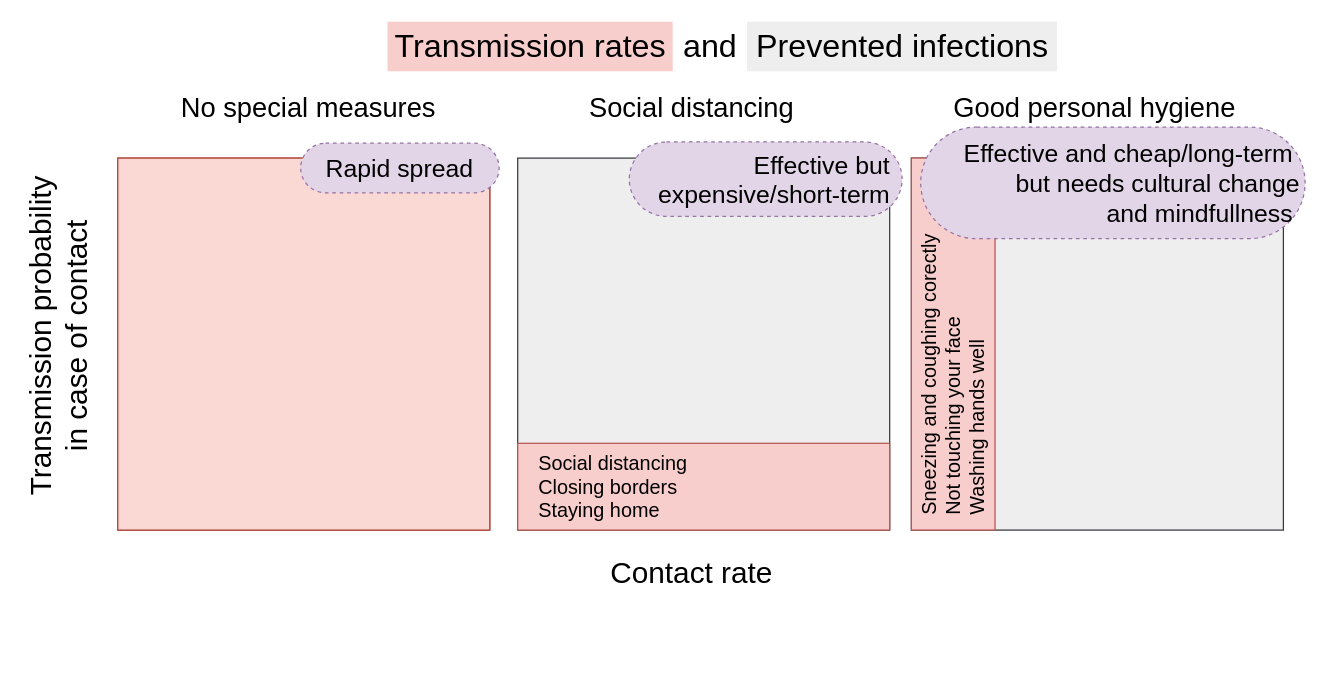
This is sneeze/measures.drawio from pesho-ivanov/pesho-ivanov.github.io, a draw.io file, before an edit. Source tidied: cells renumbered, new cells numbered last; positions are measured from the earlier drawing's top-left corner, leaving out a move shared by most shapes. Both pictures are drawn from the tidied source at 124%, with x=0, y=0 at pixel (-109, 21).
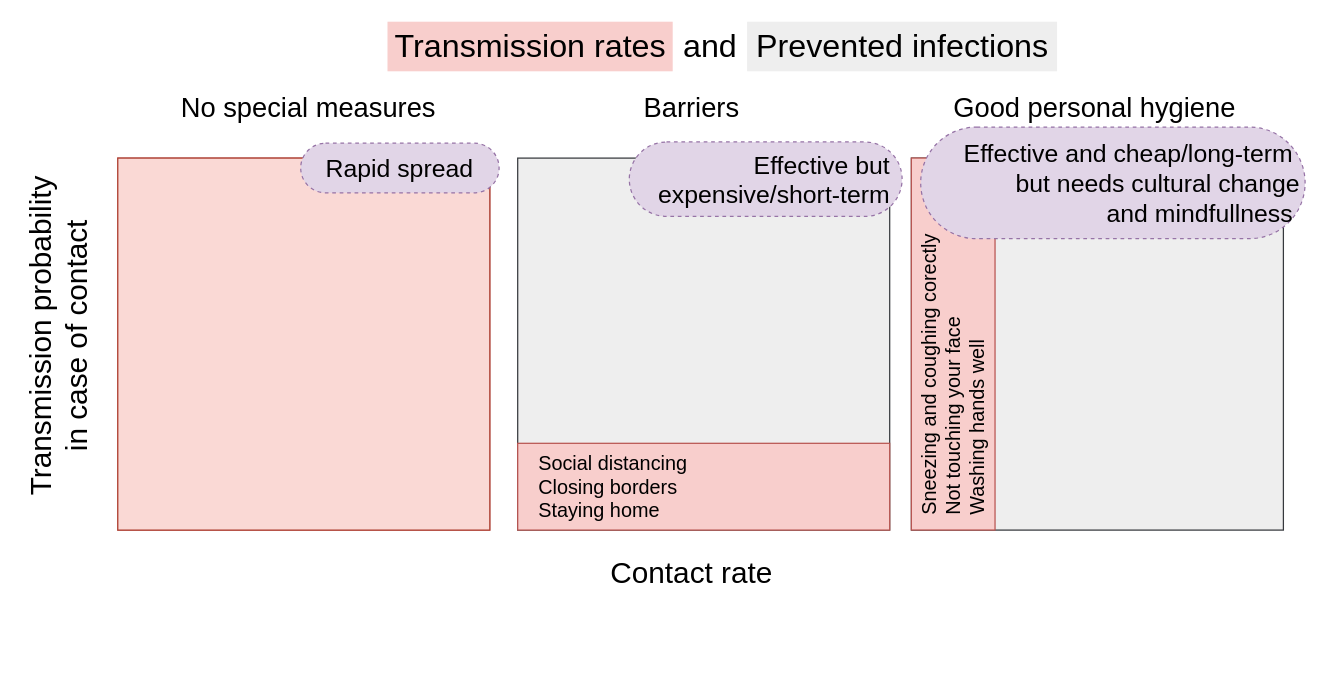
Above is the later version.

What changed in the source:
```diff
@@
-    <mxCell id="22" value="&lt;font style=&quot;font-size: 22px;&quot;&gt;Social distancing&lt;/font&gt;" style="text;html=1;align=center;verticalAlign=middle;fillColor=none;strokeColor=none;rounded=0;fontSize=22;" parent="1" vertex="1">
-      <mxGeometry x="555" y="55" width="180" height="30" as="geometry" />
+    <mxCell id="22" value="&lt;font style=&quot;font-size: 22px&quot;&gt;Barriers&lt;/font&gt;" style="text;html=1;align=center;verticalAlign=middle;fillColor=none;strokeColor=none;rounded=0;fontSize=22;" parent="1" vertex="1">
+      <mxGeometry x="600" y="55" width="90" height="30" as="geometry" />
     </mxCell>
```
